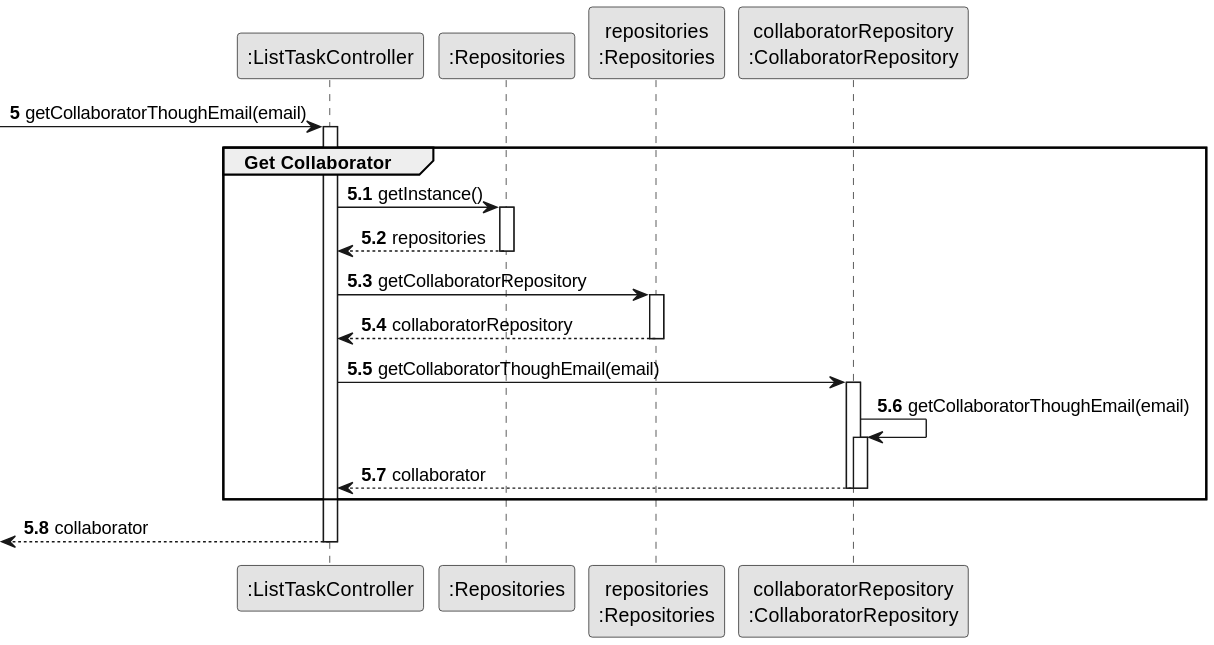
Earlier version of the PlantUML export docs/sprintC/us028/03.design/svg/us028-sequence-diagram-partial-get-status-list.svg (diogoveirospro/lei-24-s2-1dg-g072).
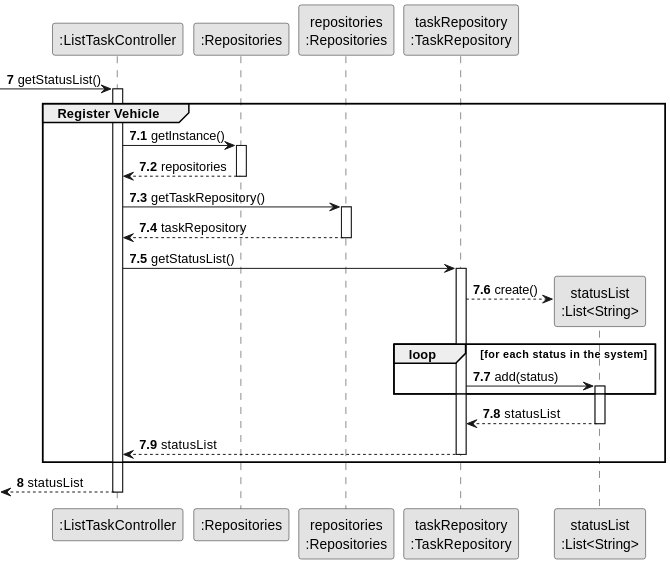
The same file after the commit.

Diff of the diagram source:
```diff
@@ -3,45 +3,49 @@
 skinparam packageStyle rectangle
 skinparam shadowing false
 
-autonumber
-
-
 participant ":ListTaskController" as CTRL
 participant ":Repositories" as RepositorySingleton
 participant "repositories\n:Repositories" as REP
-participant "collaboratorRepository\n:CollaboratorRepository" as collaboratorRepository
+participant "taskRepository\n:TaskRepository" as taskRepository
+participant "statusList\n:List<String>" as LISTSTATUS
 
-autonumber 5
+autonumber 7
+-> CTRL: getStatusList()
 
- -> CTRL : getCollaboratorThoughEmail(email)
-autonumber 5.1
+autonumber 7.1
 activate CTRL
-    group Get Collaborator
+    group Register Vehicle
 
-        CTRL -> RepositorySingleton: getInstance()
-        activate RepositorySingleton
 
-            RepositorySingleton --> CTRL: repositories
-        deactivate RepositorySingleton
+        CTRL -> RepositorySingleton : getInstance()
+            activate RepositorySingleton
 
-        CTRL -> REP: getCollaboratorRepository
-        activate REP
+            RepositorySingleton --> CTRL : repositories
+            deactivate RepositorySingleton
 
-            REP --> CTRL: collaboratorRepository
-        deactivate REP
+        CTRL -> REP : getTaskRepository()
+            activate REP
 
-        CTRL -> collaboratorRepository: getCollaboratorThoughEmail(email)
-        activate collaboratorRepository
+            REP --> CTRL : taskRepository
+            deactivate REP
 
-            collaboratorRepository -> collaboratorRepository: getCollaboratorThoughEmail(email)
-            activate collaboratorRepository
+        CTRL -> taskRepository : getStatusList()
+            activate taskRepository
 
-                collaboratorRepository --> CTRL: collaborator
-            deactivate collaboratorRepository
+            taskRepository --> LISTSTATUS** : create()
+                loop for each status in the system
+                    taskRepository -> LISTSTATUS : add(status)
+                        activate LISTSTATUS
+                end
+            LISTSTATUS --> taskRepository : statusList
+            deactivate LISTSTATUS
 
-        deactivate collaboratorRepository
+        taskRepository --> CTRL : statusList
+        deactivate taskRepository
 
     end
-        <-- CTRL  : collaborator
+
+    autonumber 8
+    <-- CTRL : statusList
 deactivate CTRL
 @enduml
```
